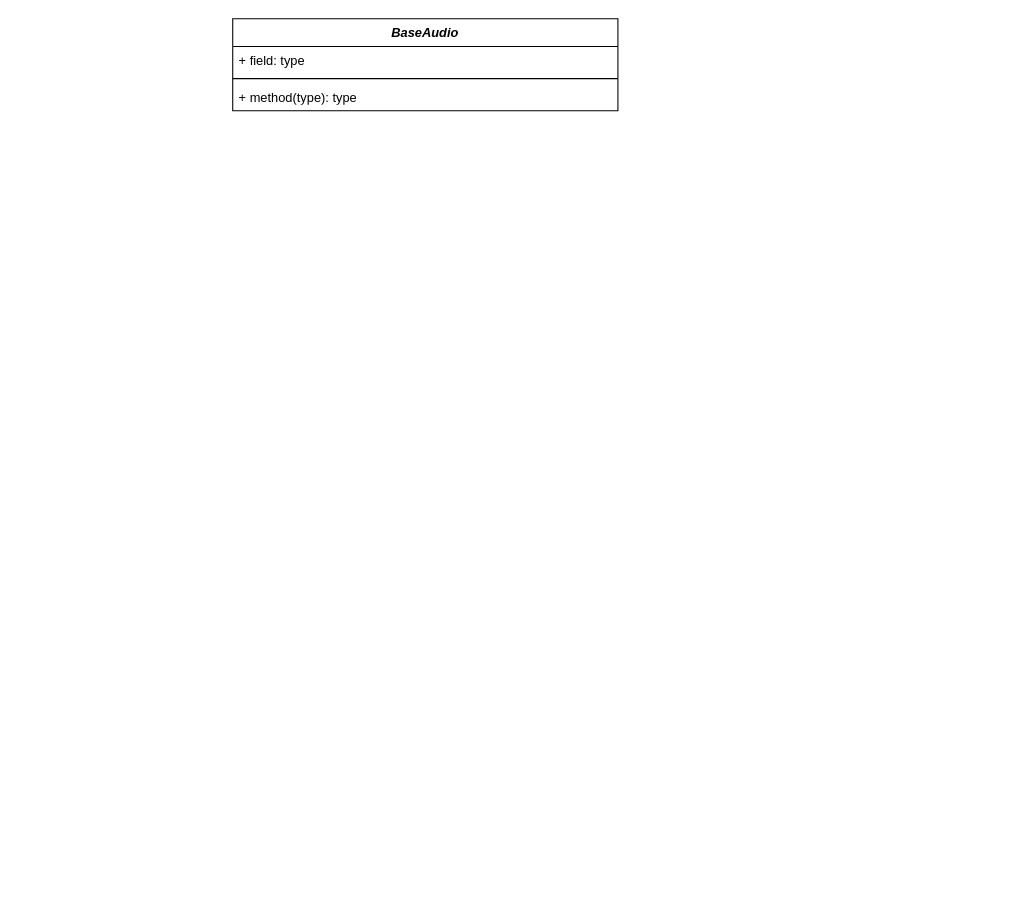
The draw.io diagram Audio.drawio in QAQSly/QAQSly, before the edit. Source tidied: cells renumbered, new cells numbered last; positions are measured from the earlier drawing's top-left corner, leaving out a move shared by most shapes. Both pictures are drawn from the tidied source at 107%, with x=0, y=0 at pixel (232, 18).
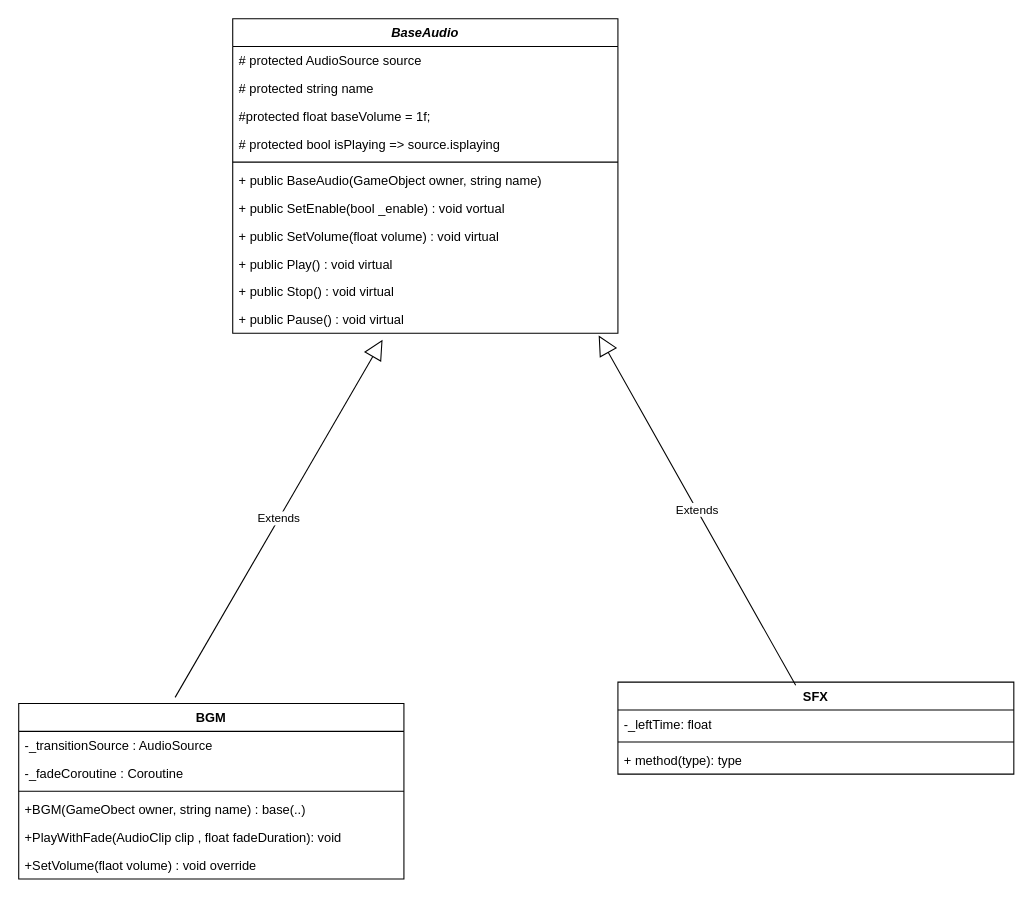
The same page after the edit.

What changed in the source:
```diff
@@
     <mxCell id="2" value="&lt;i&gt;BaseAudio&lt;/i&gt;" style="swimlane;fontStyle=1;align=center;verticalAlign=top;horizontal=1;startSize=26;whiteSpace=wrap;html=1;" parent="1" vertex="1">
-      <mxGeometry width="360" height="86" as="geometry" />
+      <mxGeometry width="360" height="294" as="geometry" />
     </mxCell>
-    <mxCell id="3" value="+ field: type" style="text;strokeColor=none;fillColor=none;align=left;verticalAlign=top;spacingLeft=4;spacingRight=4;overflow=hidden;whiteSpace=wrap;html=1;" parent="2" vertex="1">
+    <mxCell id="3" value="# protected AudioSource source" style="text;strokeColor=none;fillColor=none;align=left;verticalAlign=top;spacingLeft=4;spacingRight=4;overflow=hidden;whiteSpace=wrap;html=1;" parent="2" vertex="1">
       <mxGeometry y="26" width="360" height="26" as="geometry" />
     </mxCell>
+    <mxCell id="6" value="# protected string name" style="text;strokeColor=none;fillColor=none;align=left;verticalAlign=top;spacingLeft=4;spacingRight=4;overflow=hidden;whiteSpace=wrap;html=1;" parent="2" vertex="1">
+      <mxGeometry y="52" width="360" height="26" as="geometry" />
+    </mxCell>
+    <mxCell id="7" value="#protected float baseVolume = 1f;" style="text;strokeColor=none;fillColor=none;align=left;verticalAlign=top;spacingLeft=4;spacingRight=4;overflow=hidden;whiteSpace=wrap;html=1;" parent="2" vertex="1">
+      <mxGeometry y="78" width="360" height="26" as="geometry" />
+    </mxCell>
+    <mxCell id="8" value="# protected bool isPlaying =&amp;gt; source.isplaying" style="text;strokeColor=none;fillColor=none;align=left;verticalAlign=top;spacingLeft=4;spacingRight=4;overflow=hidden;whiteSpace=wrap;html=1;" parent="2" vertex="1">
+      <mxGeometry y="104" width="360" height="26" as="geometry" />
+    </mxCell>
     <mxCell id="4" style="line;strokeWidth=1;fillColor=none;align=left;verticalAlign=middle;spacingTop=-1;spacingLeft=3;spacingRight=3;labelPosition=right;strokeColor=inherit;" parent="2" vertex="1">
-      <mxGeometry y="52" width="360" height="8" as="geometry" />
+      <mxGeometry y="130" width="360" height="8" as="geometry" />
     </mxCell>
-    <mxCell id="5" value="+ method(type): type" style="text;strokeColor=none;fillColor=none;align=left;verticalAlign=top;spacingLeft=4;spacingRight=4;overflow=hidden;whiteSpace=wrap;html=1;" parent="2" vertex="1">
-      <mxGeometry y="60" width="360" height="26" as="geometry" />
+    <mxCell id="5" value="+ public BaseAudio(GameObject owner, string name)" style="text;strokeColor=none;fillColor=none;align=left;verticalAlign=top;spacingLeft=4;spacingRight=4;overflow=hidden;whiteSpace=wrap;html=1;" parent="2" vertex="1">
+      <mxGeometry y="138" width="360" height="26" as="geometry" />
     </mxCell>
+    <mxCell id="9" value="+ public SetEnable(bool _enable) : void vortual" style="text;strokeColor=none;fillColor=none;align=left;verticalAlign=top;spacingLeft=4;spacingRight=4;overflow=hidden;whiteSpace=wrap;html=1;" parent="2" vertex="1">
+      <mxGeometry y="164" width="360" height="26" as="geometry" />
+    </mxCell>
+    <mxCell id="10" value="+ public SetVolume(float volume) : void virtual" style="text;strokeColor=none;fillColor=none;align=left;verticalAlign=top;spacingLeft=4;spacingRight=4;overflow=hidden;whiteSpace=wrap;html=1;" parent="2" vertex="1">
+      <mxGeometry y="190" width="360" height="26" as="geometry" />
+    </mxCell>
+    <mxCell id="11" value="+ public Play() : void virtual" style="text;strokeColor=none;fillColor=none;align=left;verticalAlign=top;spacingLeft=4;spacingRight=4;overflow=hidden;whiteSpace=wrap;html=1;" parent="2" vertex="1">
+      <mxGeometry y="216" width="360" height="26" as="geometry" />
+    </mxCell>
+    <mxCell id="12" value="+ public Stop() : void virtual" style="text;strokeColor=none;fillColor=none;align=left;verticalAlign=top;spacingLeft=4;spacingRight=4;overflow=hidden;whiteSpace=wrap;html=1;" parent="2" vertex="1">
+      <mxGeometry y="242" width="360" height="26" as="geometry" />
+    </mxCell>
+    <mxCell id="13" value="+ public Pause() : void virtual" style="text;strokeColor=none;fillColor=none;align=left;verticalAlign=top;spacingLeft=4;spacingRight=4;overflow=hidden;points=[[0,0.5],[1,0.5]];portConstraint=eastwest;whiteSpace=wrap;html=1;" parent="2" vertex="1">
+      <mxGeometry y="268" width="360" height="26" as="geometry" />
+    </mxCell>
+    <mxCell id="14" value="BGM" style="swimlane;fontStyle=1;align=center;verticalAlign=top;horizontal=1;startSize=26;whiteSpace=wrap;html=1;" parent="1" vertex="1">
+      <mxGeometry x="-200" y="640" width="360" height="164" as="geometry" />
+    </mxCell>
+    <mxCell id="15" value="-_transitionSource : AudioSource" style="text;strokeColor=none;fillColor=none;align=left;verticalAlign=top;spacingLeft=4;spacingRight=4;overflow=hidden;whiteSpace=wrap;html=1;" parent="14" vertex="1">
+      <mxGeometry y="26" width="360" height="26" as="geometry" />
+    </mxCell>
+    <mxCell id="16" value="-_fadeCoroutine : Coroutine" style="text;strokeColor=none;fillColor=none;align=left;verticalAlign=top;spacingLeft=4;spacingRight=4;overflow=hidden;whiteSpace=wrap;html=1;" parent="14" vertex="1">
+      <mxGeometry y="52" width="360" height="26" as="geometry" />
+    </mxCell>
+    <mxCell id="17" style="line;strokeWidth=1;fillColor=none;align=left;verticalAlign=middle;spacingTop=-1;spacingLeft=3;spacingRight=3;labelPosition=right;strokeColor=inherit;" parent="14" vertex="1">
+      <mxGeometry y="78" width="360" height="8" as="geometry" />
+    </mxCell>
+    <mxCell id="18" value="+BGM(GameObect owner, string name) : base(..)" style="text;strokeColor=none;fillColor=none;align=left;verticalAlign=top;spacingLeft=4;spacingRight=4;overflow=hidden;whiteSpace=wrap;html=1;" parent="14" vertex="1">
+      <mxGeometry y="86" width="360" height="26" as="geometry" />
+    </mxCell>
+    <mxCell id="19" value="+PlayWithFade(AudioClip clip , float fadeDuration): void" style="text;strokeColor=none;fillColor=none;align=left;verticalAlign=top;spacingLeft=4;spacingRight=4;overflow=hidden;whiteSpace=wrap;html=1;" parent="14" vertex="1">
+      <mxGeometry y="112" width="360" height="26" as="geometry" />
+    </mxCell>
+    <mxCell id="20" value="+SetVolume(flaot volume) : void override" style="text;strokeColor=none;fillColor=none;align=left;verticalAlign=top;spacingLeft=4;spacingRight=4;overflow=hidden;whiteSpace=wrap;html=1;" parent="14" vertex="1">
+      <mxGeometry y="138" width="360" height="26" as="geometry" />
+    </mxCell>
+    <mxCell id="21" value="Extends" style="endArrow=block;endSize=16;endFill=0;html=1;rounded=0;entryX=0.389;entryY=1.231;entryDx=0;entryDy=0;entryPerimeter=0;exitX=0.406;exitY=-0.035;exitDx=0;exitDy=0;exitPerimeter=0;" parent="1" edge="1" source="14" target="13">
+      <mxGeometry relative="1" as="geometry" />
+    </mxCell>
+    <mxCell id="22" value="SFX" style="swimlane;fontStyle=1;align=center;verticalAlign=top;horizontal=1;startSize=26;whiteSpace=wrap;html=1;" parent="1" vertex="1">
+      <mxGeometry x="360" y="620" width="370" height="86" as="geometry" />
+    </mxCell>
+    <mxCell id="23" value="-_leftTime: float" style="text;strokeColor=none;fillColor=none;align=left;verticalAlign=top;spacingLeft=4;spacingRight=4;overflow=hidden;whiteSpace=wrap;html=1;" parent="22" vertex="1">
+      <mxGeometry y="26" width="370" height="26" as="geometry" />
+    </mxCell>
+    <mxCell id="24" style="line;strokeWidth=1;fillColor=none;align=left;verticalAlign=middle;spacingTop=-1;spacingLeft=3;spacingRight=3;labelPosition=right;strokeColor=inherit;" parent="22" vertex="1">
+      <mxGeometry y="52" width="370" height="8" as="geometry" />
+    </mxCell>
+    <mxCell id="25" value="+ method(type): type" style="text;strokeColor=none;fillColor=none;align=left;verticalAlign=top;spacingLeft=4;spacingRight=4;overflow=hidden;whiteSpace=wrap;html=1;" parent="22" vertex="1">
+      <mxGeometry y="60" width="370" height="26" as="geometry" />
+    </mxCell>
+    <mxCell id="26" value="Extends" style="endArrow=block;endSize=16;endFill=0;html=1;rounded=0;exitX=0.449;exitY=0.035;exitDx=0;exitDy=0;exitPerimeter=0;entryX=0.95;entryY=1.077;entryDx=0;entryDy=0;entryPerimeter=0;" parent="1" edge="1" source="22" target="13">
+      <mxGeometry relative="1" as="geometry" />
+    </mxCell>
```
